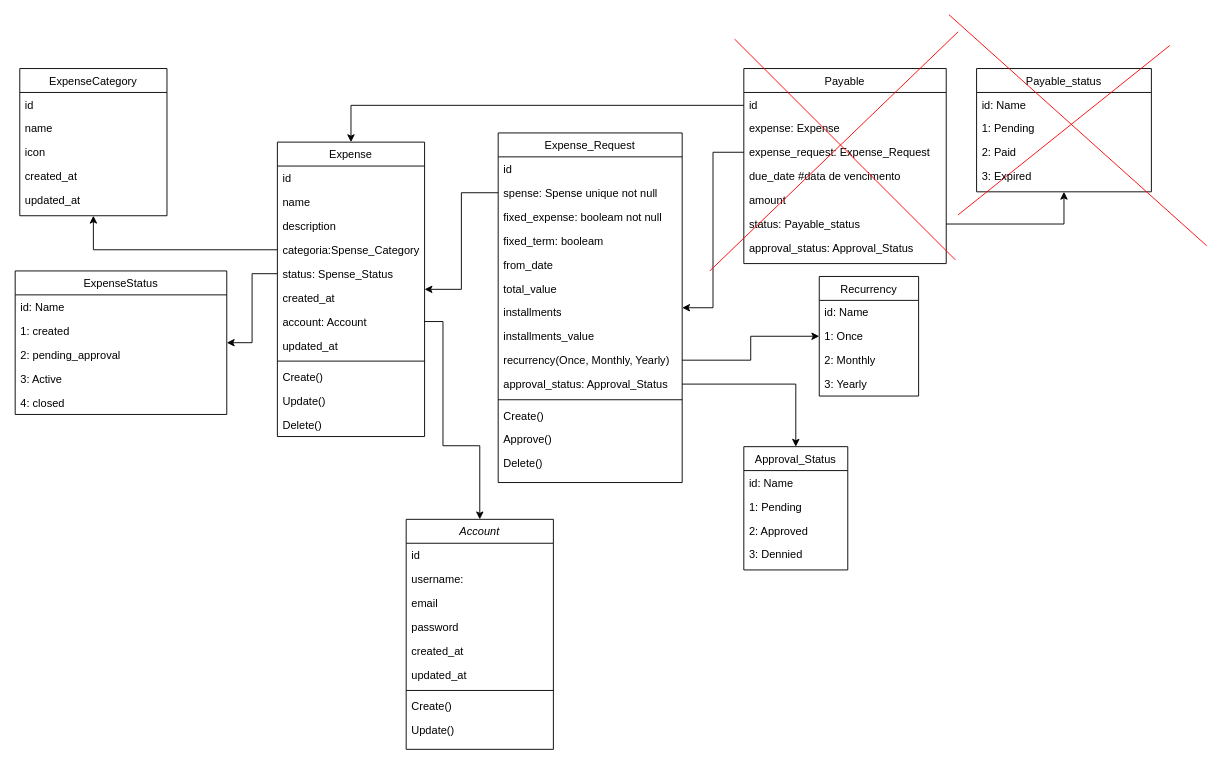
vinicius-rebelatto/plan-wise keeps this draw.io diagram as static/diagram/PlanWise Diagram.drawio. Above is the earlier version. Source tidied: cells renumbered, new cells numbered last; positions are measured from the earlier drawing's top-left corner, leaving out a move shared by most shapes. Both pictures are drawn from the tidied source at 92%, with x=0, y=0 at pixel (15, 15).
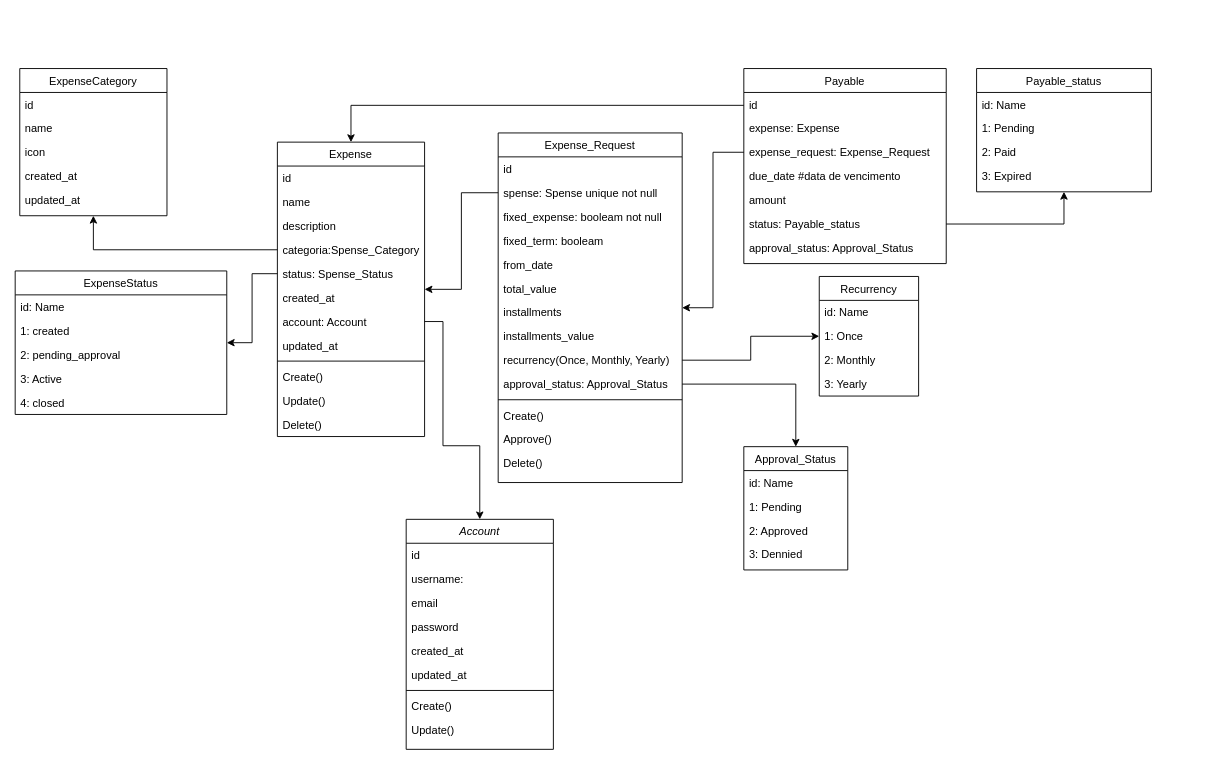
Above is the later version.

Unchanged cells that the change refers to:
```xml
<mxCell id="63" value="Payable" style="swimlane;fontStyle=0;align=center;verticalAlign=top;horizontal=1;startSize=26;rounded=0;shadow=0;strokeWidth=1;" parent="1" vertex="1">
  <mxGeometry x="792" y="58" width="220" height="212" as="geometry" />
</mxCell>
<mxCell id="73" value="Payable_status" style="swimlane;fontStyle=0;align=center;verticalAlign=top;horizontal=1;startSize=26;rounded=0;shadow=0;strokeWidth=1;" parent="1" vertex="1">
  <mxGeometry x="1045" y="58" width="190" height="134" as="geometry" />
</mxCell>
```

What changed in the source:
```diff
@@
-    <mxCell id="68" style="endArrow=none;html=1;rounded=0;strokeColor=#FF0000;" parent="63" edge="1">
-      <mxGeometry relative="1" as="geometry">
-        <mxPoint x="-10" y="-32" as="sourcePoint" />
-        <mxPoint x="230" y="208" as="targetPoint" />
-      </mxGeometry>
-    </mxCell>
@@
-    <mxCell id="71" style="endArrow=none;html=1;rounded=0;strokeColor=#FF0000;" parent="63" edge="1">
-      <mxGeometry relative="1" as="geometry">
-        <mxPoint x="-37" y="220" as="sourcePoint" />
-        <mxPoint x="233" y="-40" as="targetPoint" />
-      </mxGeometry>
-    </mxCell>
@@
-    <mxCell id="74" style="endArrow=none;html=1;rounded=0;strokeColor=#FF0000;" parent="73" edge="1">
-      <mxGeometry relative="1" as="geometry">
-        <mxPoint x="-20" y="159" as="sourcePoint" />
-        <mxPoint x="210" y="-25" as="targetPoint" />
-      </mxGeometry>
-    </mxCell>
@@
-    <mxCell id="78" style="endArrow=none;html=1;rounded=0;strokeColor=#FF0000;" parent="73" edge="1">
-      <mxGeometry relative="1" as="geometry">
-        <mxPoint x="-30" y="-58.5" as="sourcePoint" />
-        <mxPoint x="250" y="192.5" as="targetPoint" />
-      </mxGeometry>
-    </mxCell>
```
